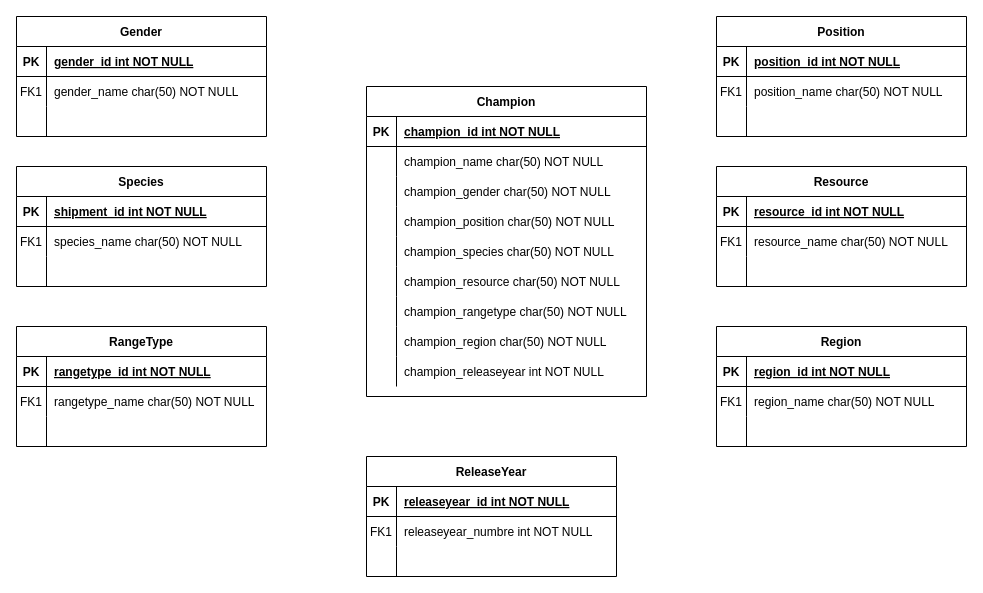
YlanBtsCiel/BTS2-CIEL-IR-MCD-2024-2025 keeps this draw.io diagram as Diagramme sans nom.drawio. Above is the earlier version. Source tidied: cells renumbered, new cells numbered last; positions are measured from the earlier drawing's top-left corner, leaving out a move shared by most shapes. Both pictures are drawn from the tidied source at 100%, with x=0, y=0 at pixel (16, 16).
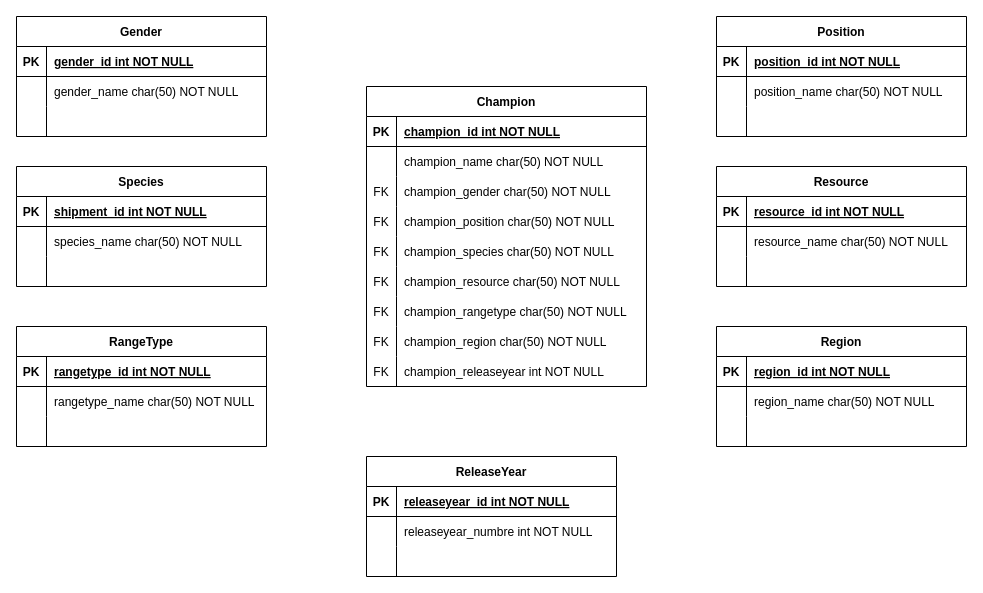
Above is the later version.

The change refers to these unchanged cells:
```xml
<mxCell id="6" style="shape=partialRectangle;fillColor=none;top=0;left=0;right=0;bottom=0;" parent="2" vertex="1">
  <mxGeometry y="60" width="250" height="30" as="geometry" />
</mxCell>
<mxCell id="16" style="shape=partialRectangle;fillColor=none;top=0;left=0;right=0;bottom=0;" parent="12" vertex="1">
  <mxGeometry y="60" width="250" height="30" as="geometry" />
</mxCell>
<mxCell id="29" style="shape=partialRectangle;fillColor=none;top=0;left=0;right=0;bottom=0;" parent="22" vertex="1">
  <mxGeometry y="90" width="280" height="30" as="geometry" />
</mxCell>
<mxCell id="32" style="shape=partialRectangle;fillColor=none;top=0;left=0;right=0;bottom=0;" parent="22" vertex="1">
  <mxGeometry y="120" width="280" height="30" as="geometry" />
</mxCell>
<mxCell id="35" style="shape=partialRectangle;fillColor=none;top=0;left=0;right=0;bottom=0;" parent="22" vertex="1">
  <mxGeometry y="150" width="280" height="30" as="geometry" />
</mxCell>
<mxCell id="38" style="shape=partialRectangle;fillColor=none;top=0;left=0;right=0;bottom=0;" parent="22" vertex="1">
  <mxGeometry y="180" width="280" height="30" as="geometry" />
</mxCell>
<mxCell id="41" style="shape=partialRectangle;fillColor=none;top=0;left=0;right=0;bottom=0;" parent="22" vertex="1">
  <mxGeometry y="210" width="280" height="30" as="geometry" />
</mxCell>
<mxCell id="44" style="shape=partialRectangle;fillColor=none;top=0;left=0;right=0;bottom=0;" parent="22" vertex="1">
  <mxGeometry y="240" width="280" height="30" as="geometry" />
</mxCell>
<mxCell id="47" style="shape=partialRectangle;fillColor=none;top=0;left=0;right=0;bottom=0;" parent="22" vertex="1">
  <mxGeometry y="270" width="280" height="30" as="geometry" />
</mxCell>
<mxCell id="54" style="shape=partialRectangle;fillColor=none;top=0;left=0;right=0;bottom=0;" parent="50" vertex="1">
  <mxGeometry y="60" width="250" height="30" as="geometry" />
</mxCell>
<mxCell id="64" style="shape=partialRectangle;fillColor=none;top=0;left=0;right=0;bottom=0;" parent="60" vertex="1">
  <mxGeometry y="60" width="250" height="30" as="geometry" />
</mxCell>
<mxCell id="74" style="shape=partialRectangle;fillColor=none;top=0;left=0;right=0;bottom=0;" parent="70" vertex="1">
  <mxGeometry y="60" width="250" height="30" as="geometry" />
</mxCell>
<mxCell id="84" style="shape=partialRectangle;fillColor=none;top=0;left=0;right=0;bottom=0;" parent="80" vertex="1">
  <mxGeometry y="60" width="250" height="30" as="geometry" />
</mxCell>
<mxCell id="94" style="shape=partialRectangle;fillColor=none;top=0;left=0;right=0;bottom=0;" parent="90" vertex="1">
  <mxGeometry y="60" width="250" height="30" as="geometry" />
</mxCell>
```

The edit, as a diff of the source:
```diff
@@
-    <mxCell id="7" value="FK1" style="shape=partialRectangle;overflow=hidden;fillColor=none;top=0;left=0;bottom=0;right=0;" parent="6" vertex="1">
+    <mxCell id="7" style="shape=partialRectangle;overflow=hidden;fillColor=none;top=0;left=0;bottom=0;right=0;" parent="6" vertex="1">
       <mxGeometry width="30" height="30" as="geometry" />
     </mxCell>
@@
-    <mxCell id="17" value="FK1" style="shape=partialRectangle;overflow=hidden;fillColor=none;top=0;left=0;bottom=0;right=0;" parent="16" vertex="1">
+    <mxCell id="17" style="shape=partialRectangle;overflow=hidden;fillColor=none;top=0;left=0;bottom=0;right=0;" parent="16" vertex="1">
       <mxGeometry width="30" height="30" as="geometry" />
     </mxCell>
@@
     <mxCell id="22" value="Champion" style="shape=table;startSize=30;childLayout=tableLayout;rowLines=0;fontStyle=1;align=center;" parent="1" vertex="1">
-      <mxGeometry x="350" y="70" width="280" height="310" as="geometry" />
+      <mxGeometry x="350" y="70" width="280" height="300" as="geometry" />
     </mxCell>
@@
-    <mxCell id="30" style="shape=partialRectangle;overflow=hidden;fillColor=none;top=0;left=0;bottom=0;right=0;" parent="29" vertex="1">
+    <mxCell id="30" value="FK" style="shape=partialRectangle;overflow=hidden;fillColor=none;top=0;left=0;bottom=0;right=0;" parent="29" vertex="1">
       <mxGeometry width="30" height="30" as="geometry" />
     </mxCell>
@@
-    <mxCell id="33" style="shape=partialRectangle;overflow=hidden;fillColor=none;top=0;left=0;bottom=0;right=0;" parent="32" vertex="1">
+    <mxCell id="33" value="FK" style="shape=partialRectangle;overflow=hidden;fillColor=none;top=0;left=0;bottom=0;right=0;" parent="32" vertex="1">
       <mxGeometry width="30" height="30" as="geometry" />
     </mxCell>
@@
-    <mxCell id="36" style="shape=partialRectangle;overflow=hidden;fillColor=none;top=0;left=0;bottom=0;right=0;" parent="35" vertex="1">
+    <mxCell id="36" value="FK" style="shape=partialRectangle;overflow=hidden;fillColor=none;top=0;left=0;bottom=0;right=0;" parent="35" vertex="1">
       <mxGeometry width="30" height="30" as="geometry" />
     </mxCell>
@@
-    <mxCell id="39" style="shape=partialRectangle;overflow=hidden;fillColor=none;top=0;left=0;bottom=0;right=0;" parent="38" vertex="1">
+    <mxCell id="39" value="FK" style="shape=partialRectangle;overflow=hidden;fillColor=none;top=0;left=0;bottom=0;right=0;" parent="38" vertex="1">
       <mxGeometry width="30" height="30" as="geometry" />
     </mxCell>
@@
-    <mxCell id="42" style="shape=partialRectangle;overflow=hidden;fillColor=none;top=0;left=0;bottom=0;right=0;" parent="41" vertex="1">
+    <mxCell id="42" value="FK" style="shape=partialRectangle;overflow=hidden;fillColor=none;top=0;left=0;bottom=0;right=0;" parent="41" vertex="1">
       <mxGeometry width="30" height="30" as="geometry" />
     </mxCell>
@@
-    <mxCell id="45" style="shape=partialRectangle;overflow=hidden;fillColor=none;top=0;left=0;bottom=0;right=0;" parent="44" vertex="1">
+    <mxCell id="45" value="FK" style="shape=partialRectangle;overflow=hidden;fillColor=none;top=0;left=0;bottom=0;right=0;" parent="44" vertex="1">
       <mxGeometry width="30" height="30" as="geometry" />
     </mxCell>
@@
-    <mxCell id="48" style="shape=partialRectangle;overflow=hidden;fillColor=none;top=0;left=0;bottom=0;right=0;" parent="47" vertex="1">
+    <mxCell id="48" value="FK" style="shape=partialRectangle;overflow=hidden;fillColor=none;top=0;left=0;bottom=0;right=0;" parent="47" vertex="1">
       <mxGeometry width="30" height="30" as="geometry" />
     </mxCell>
@@
-    <mxCell id="55" value="FK1" style="shape=partialRectangle;overflow=hidden;fillColor=none;top=0;left=0;bottom=0;right=0;" parent="54" vertex="1">
+    <mxCell id="55" style="shape=partialRectangle;overflow=hidden;fillColor=none;top=0;left=0;bottom=0;right=0;" parent="54" vertex="1">
       <mxGeometry width="30" height="30" as="geometry" />
     </mxCell>
@@
-    <mxCell id="65" value="FK1" style="shape=partialRectangle;overflow=hidden;fillColor=none;top=0;left=0;bottom=0;right=0;" parent="64" vertex="1">
+    <mxCell id="65" style="shape=partialRectangle;overflow=hidden;fillColor=none;top=0;left=0;bottom=0;right=0;" parent="64" vertex="1">
       <mxGeometry width="30" height="30" as="geometry" />
     </mxCell>
@@
-    <mxCell id="75" value="FK1" style="shape=partialRectangle;overflow=hidden;fillColor=none;top=0;left=0;bottom=0;right=0;" parent="74" vertex="1">
+    <mxCell id="75" style="shape=partialRectangle;overflow=hidden;fillColor=none;top=0;left=0;bottom=0;right=0;" parent="74" vertex="1">
       <mxGeometry width="30" height="30" as="geometry" />
     </mxCell>
@@
-    <mxCell id="85" value="FK1" style="shape=partialRectangle;overflow=hidden;fillColor=none;top=0;left=0;bottom=0;right=0;" parent="84" vertex="1">
+    <mxCell id="85" style="shape=partialRectangle;overflow=hidden;fillColor=none;top=0;left=0;bottom=0;right=0;" parent="84" vertex="1">
       <mxGeometry width="30" height="30" as="geometry" />
     </mxCell>
@@
-    <mxCell id="95" value="FK1" style="shape=partialRectangle;overflow=hidden;fillColor=none;top=0;left=0;bottom=0;right=0;" parent="94" vertex="1">
+    <mxCell id="95" style="shape=partialRectangle;overflow=hidden;fillColor=none;top=0;left=0;bottom=0;right=0;" parent="94" vertex="1">
       <mxGeometry width="30" height="30" as="geometry" />
     </mxCell>
```
